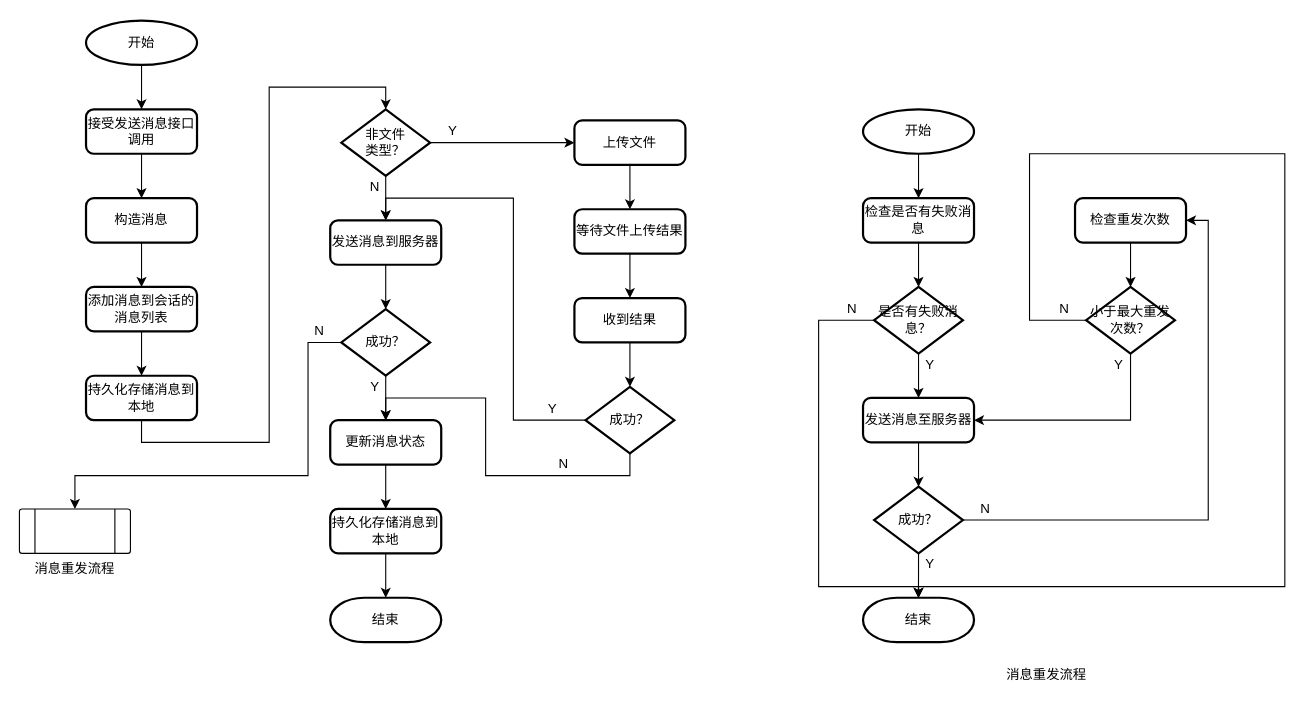
The draw.io diagram page "第 6 页" (6 of 10) of 获取会话列表.drawio in liuao2010/360MobileSafe, before the edit. Source tidied: cells renumbered, new cells numbered last; positions are measured from the earlier drawing's top-left corner, leaving out a move shared by most shapes. Both pictures are drawn from the tidied source at 111%, with x=0, y=0 at pixel (19, 20).
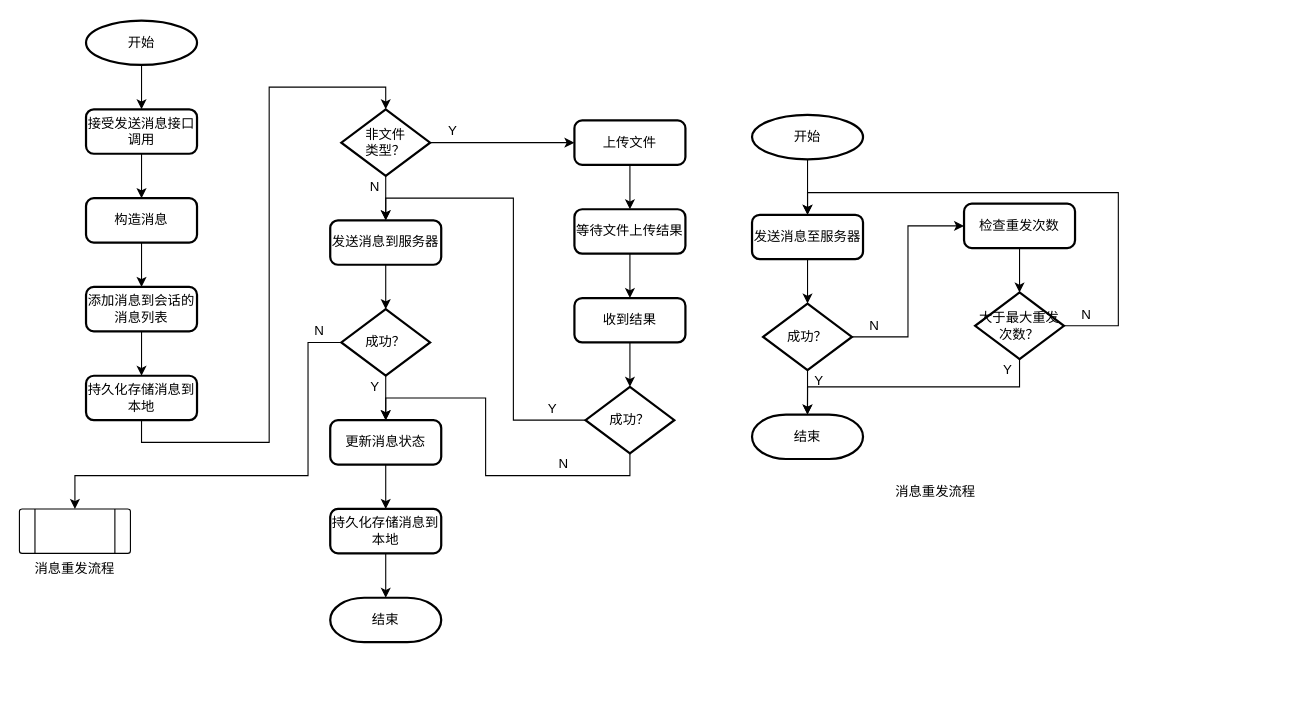
The same diagram, later.

Change to the diagram source:
```diff
@@
-    <mxCell id="41" style="edgeStyle=orthogonalEdgeStyle;rounded=0;jettySize=auto;html=1;exitX=0.5;exitY=1;exitDx=0;exitDy=0;exitPerimeter=0;entryX=0.5;entryY=0;entryDx=0;entryDy=0;" parent="1" edge="1" source="42" target="44">
-      <mxGeometry relative="1" as="geometry" />
-    </mxCell>
+    <mxCell id="66" style="edgeStyle=orthogonalEdgeStyle;rounded=0;jettySize=auto;html=1;exitX=0.5;exitY=1;exitDx=0;exitDy=0;exitPerimeter=0;entryX=0.5;entryY=0;entryDx=0;entryDy=0;" parent="1" edge="1" source="42" target="49">
+      <mxGeometry relative="1" as="geometry" />
+    </mxCell>
     <mxCell id="42" value="开始" style="strokeWidth=2;html=1;shape=mxgraph.flowchart.start_1;whiteSpace=wrap;rounded=1;" parent="1" vertex="1">
-      <mxGeometry x="760" y="80" width="100" height="40" as="geometry" />
+      <mxGeometry x="660" y="85" width="100" height="40" as="geometry" />
     </mxCell>
-    <mxCell id="43" style="edgeStyle=orthogonalEdgeStyle;rounded=0;jettySize=auto;html=1;exitX=0.5;exitY=1;exitDx=0;exitDy=0;entryX=0.5;entryY=0;entryDx=0;entryDy=0;entryPerimeter=0;" parent="1" edge="1" source="44" target="47">
-      <mxGeometry relative="1" as="geometry" />
-    </mxCell>
-    <mxCell id="44" value="检查是否有失败消息" style="rounded=1;whiteSpace=wrap;html=1;absoluteArcSize=1;arcSize=14;strokeWidth=2;" parent="1" vertex="1">
-      <mxGeometry x="760" y="160" width="100" height="40" as="geometry" />
-    </mxCell>
-    <mxCell id="45" style="edgeStyle=orthogonalEdgeStyle;rounded=0;jettySize=auto;html=1;exitX=0;exitY=0.5;exitDx=0;exitDy=0;exitPerimeter=0;entryX=0.5;entryY=0;entryDx=0;entryDy=0;entryPerimeter=0;" parent="1" edge="1" source="47" target="53">
-      <mxGeometry relative="1" as="geometry">
-        <Array as="points">
-          <mxPoint x="720" y="270" />
-          <mxPoint x="720" y="510" />
-          <mxPoint x="810" y="510" />
-        </Array>
-      </mxGeometry>
-    </mxCell>
-    <mxCell id="46" style="edgeStyle=orthogonalEdgeStyle;rounded=0;jettySize=auto;html=1;exitX=0.5;exitY=1;exitDx=0;exitDy=0;exitPerimeter=0;entryX=0.5;entryY=0;entryDx=0;entryDy=0;" parent="1" edge="1" source="47" target="49">
-      <mxGeometry relative="1" as="geometry" />
-    </mxCell>
-    <mxCell id="47" value="是否有失败消息？" style="strokeWidth=2;html=1;shape=mxgraph.flowchart.decision;whiteSpace=wrap;rounded=1;" parent="1" vertex="1">
-      <mxGeometry x="770" y="240" width="80" height="60" as="geometry" />
-    </mxCell>
@@
     <mxCell id="49" value="发送消息至服务器" style="rounded=1;whiteSpace=wrap;html=1;absoluteArcSize=1;arcSize=14;strokeWidth=2;" parent="1" vertex="1">
-      <mxGeometry x="760" y="340" width="100" height="40" as="geometry" />
+      <mxGeometry x="660" y="175" width="100" height="40" as="geometry" />
     </mxCell>
     <mxCell id="50" style="edgeStyle=orthogonalEdgeStyle;rounded=0;jettySize=auto;html=1;exitX=0.5;exitY=1;exitDx=0;exitDy=0;exitPerimeter=0;" parent="1" edge="1" source="52">
       <mxGeometry relative="1" as="geometry">
-        <mxPoint x="809.9" y="520" as="targetPoint" />
+        <mxPoint x="709.9" y="355" as="targetPoint" />
       </mxGeometry>
     </mxCell>
-    <mxCell id="51" style="edgeStyle=orthogonalEdgeStyle;rounded=0;jettySize=auto;html=1;exitX=1;exitY=0.5;exitDx=0;exitDy=0;exitPerimeter=0;entryX=1;entryY=0.5;entryDx=0;entryDy=0;" parent="1" edge="1" source="52" target="55">
+    <mxCell id="51" style="edgeStyle=orthogonalEdgeStyle;rounded=0;jettySize=auto;html=1;exitX=1;exitY=0.5;exitDx=0;exitDy=0;exitPerimeter=0;entryX=0;entryY=0.5;entryDx=0;entryDy=0;" parent="1" edge="1" source="52" target="55">
       <mxGeometry relative="1" as="geometry" />
     </mxCell>
     <mxCell id="52" value="成功？" style="strokeWidth=2;html=1;shape=mxgraph.flowchart.decision;whiteSpace=wrap;rounded=1;" parent="1" vertex="1">
-      <mxGeometry x="770" y="420" width="80" height="60" as="geometry" />
+      <mxGeometry x="670" y="255" width="80" height="60" as="geometry" />
     </mxCell>
     <mxCell id="53" value="结束" style="strokeWidth=2;html=1;shape=mxgraph.flowchart.terminator;whiteSpace=wrap;rounded=1;" parent="1" vertex="1">
-      <mxGeometry x="760" y="520" width="100" height="40" as="geometry" />
+      <mxGeometry x="660" y="355" width="100" height="40" as="geometry" />
     </mxCell>
@@
     <mxCell id="55" value="检查重发次数" style="rounded=1;whiteSpace=wrap;html=1;absoluteArcSize=1;arcSize=14;strokeWidth=2;" parent="1" vertex="1">
-      <mxGeometry x="951" y="160" width="100" height="40" as="geometry" />
+      <mxGeometry x="851" y="165" width="100" height="40" as="geometry" />
     </mxCell>
-    <mxCell id="56" style="edgeStyle=orthogonalEdgeStyle;rounded=0;jettySize=auto;html=1;exitX=0.5;exitY=1;exitDx=0;exitDy=0;exitPerimeter=0;entryX=1;entryY=0.5;entryDx=0;entryDy=0;" parent="1" edge="1" source="58" target="49">
-      <mxGeometry relative="1" as="geometry" />
+    <mxCell id="56" style="edgeStyle=orthogonalEdgeStyle;rounded=0;jettySize=auto;html=1;exitX=1;exitY=0.5;exitDx=0;exitDy=0;exitPerimeter=0;entryX=0.5;entryY=0;entryDx=0;entryDy=0;" parent="1" edge="1" source="58" target="49">
+      <mxGeometry relative="1" as="geometry">
+        <Array as="points">
+          <mxPoint x="990" y="275" />
+          <mxPoint x="990" y="155" />
+          <mxPoint x="710" y="155" />
+        </Array>
+      </mxGeometry>
     </mxCell>
-    <mxCell id="57" style="edgeStyle=orthogonalEdgeStyle;rounded=0;jettySize=auto;html=1;exitX=0;exitY=0.5;exitDx=0;exitDy=0;exitPerimeter=0;entryX=0.5;entryY=0;entryDx=0;entryDy=0;entryPerimeter=0;" parent="1" edge="1" source="58" target="53">
-      <mxGeometry relative="1" as="geometry">
-        <Array as="points">
-          <mxPoint x="910" y="270" />
-          <mxPoint x="910" y="120" />
-          <mxPoint x="1140" y="120" />
-          <mxPoint x="1140" y="510" />
-          <mxPoint x="810" y="510" />
-        </Array>
-      </mxGeometry>
+    <mxCell id="57" style="edgeStyle=orthogonalEdgeStyle;rounded=0;jettySize=auto;html=1;exitX=0.5;exitY=1;exitDx=0;exitDy=0;exitPerimeter=0;entryX=0.5;entryY=0;entryDx=0;entryDy=0;entryPerimeter=0;" parent="1" edge="1" source="58" target="53">
+      <mxGeometry relative="1" as="geometry" />
     </mxCell>
-    <mxCell id="58" value="小于最大重发次数？" style="strokeWidth=2;html=1;shape=mxgraph.flowchart.decision;whiteSpace=wrap;rounded=1;" parent="1" vertex="1">
-      <mxGeometry x="961" y="240" width="80" height="60" as="geometry" />
+    <mxCell id="58" value="大于最大重发次数？" style="strokeWidth=2;html=1;shape=mxgraph.flowchart.decision;whiteSpace=wrap;rounded=1;" parent="1" vertex="1">
+      <mxGeometry x="861" y="245" width="80" height="60" as="geometry" />
     </mxCell>
-    <mxCell id="59" value="N" style="text;html=1;align=center;verticalAlign=middle;" parent="1" vertex="1">
-      <mxGeometry x="740" y="250" width="20" height="20" as="geometry" />
-    </mxCell>
-    <mxCell id="60" value="Y" style="text;html=1;align=center;verticalAlign=middle;" parent="1" vertex="1">
-      <mxGeometry x="810" y="300" width="20" height="20" as="geometry" />
-    </mxCell>
-    <mxCell id="61" value="Y" style="text;html=1;align=center;verticalAlign=middle;" parent="1" vertex="1">
-      <mxGeometry x="980" y="300" width="20" height="20" as="geometry" />
-    </mxCell>
-    <mxCell id="62" value="N" style="text;html=1;align=center;verticalAlign=middle;" parent="1" vertex="1">
-      <mxGeometry x="931" y="250" width="20" height="20" as="geometry" />
-    </mxCell>
     <mxCell id="63" value="Y" style="text;html=1;align=center;verticalAlign=middle;" parent="1" vertex="1">
-      <mxGeometry x="810" y="480" width="20" height="20" as="geometry" />
+      <mxGeometry x="710" y="315" width="20" height="20" as="geometry" />
     </mxCell>
-    <mxCell id="64" value="N" style="text;html=1;align=center;verticalAlign=middle;" parent="1" vertex="1">
-      <mxGeometry x="860" y="430" width="20" height="20" as="geometry" />
-    </mxCell>
     <mxCell id="65" value="消息重发流程" style="text;html=1;align=center;verticalAlign=middle;" parent="1" vertex="1">
-      <mxGeometry x="880" y="580" width="90" height="20" as="geometry" />
+      <mxGeometry x="780" y="415" width="90" height="20" as="geometry" />
     </mxCell>
+    <mxCell id="67" value="N" style="text;html=1;align=center;verticalAlign=middle;" parent="1" vertex="1">
+      <mxGeometry x="760" y="265" width="20" height="20" as="geometry" />
+    </mxCell>
+    <mxCell id="68" value="Y" style="text;html=1;align=center;verticalAlign=middle;" parent="1" vertex="1">
+      <mxGeometry x="880" y="305" width="20" height="20" as="geometry" />
+    </mxCell>
+    <mxCell id="69" value="N" style="text;html=1;align=center;verticalAlign=middle;" parent="1" vertex="1">
+      <mxGeometry x="951" y="255" width="20" height="20" as="geometry" />
+    </mxCell>
```
